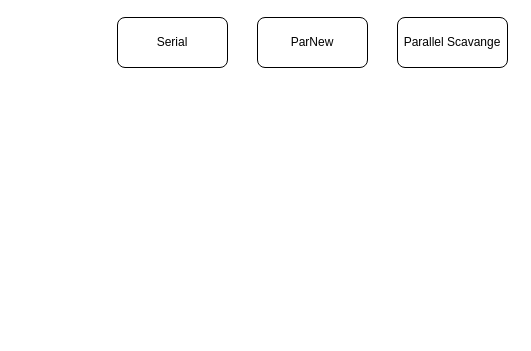
Above: Untitled Diagram.drawio in DrYaoHongBin/git-test (draw.io), before the change. Source tidied: cells renumbered, new cells numbered last; positions are measured from the earlier drawing's top-left corner, leaving out a move shared by most shapes. Both pictures are drawn from the tidied source at 100%, with x=0, y=0 at pixel (117, 17).
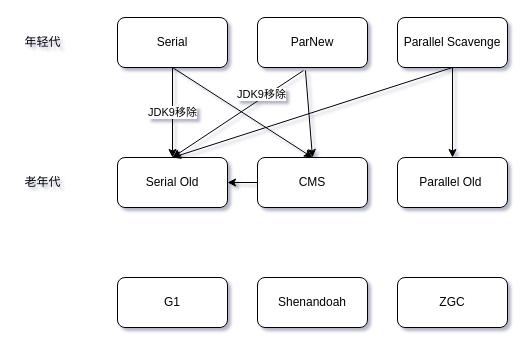
After the change.

The change refers to these unchanged cells:
```xml
<mxCell id="2" value="Serial" style="rounded=1;whiteSpace=wrap;html=1;" parent="1" vertex="1">
  <mxGeometry width="110" height="50" as="geometry" />
</mxCell>
<mxCell id="3" value="ParNew" style="rounded=1;whiteSpace=wrap;html=1;" parent="1" vertex="1">
  <mxGeometry x="140" width="110" height="50" as="geometry" />
</mxCell>
```

Diff of the diagram source:
```diff
@@
-<mxGraphModel>
+<mxGraphModel shadow="1">
@@
+    <mxCell id="5" value="JDK9移除" style="edgeStyle=orthogonalEdgeStyle;rounded=1;jettySize=auto;html=1;exitX=0.5;exitY=1;exitDx=0;exitDy=0;" parent="1" edge="1" source="2" target="7">
+      <mxGeometry relative="1" as="geometry" />
+    </mxCell>
@@
-    <mxCell id="4" value="Parallel Scavange" style="rounded=1;whiteSpace=wrap;html=1;" parent="1" vertex="1">
+    <mxCell id="4" value="Parallel Scavenge" style="rounded=1;whiteSpace=wrap;html=1;" parent="1" vertex="1">
       <mxGeometry x="280" width="110" height="50" as="geometry" />
     </mxCell>
+    <mxCell id="6" value="Parallel Old&amp;nbsp;" style="rounded=1;whiteSpace=wrap;html=1;" parent="1" vertex="1">
+      <mxGeometry x="280" y="140" width="110" height="50" as="geometry" />
+    </mxCell>
+    <mxCell id="7" value="Serial Old" style="rounded=1;whiteSpace=wrap;html=1;" parent="1" vertex="1">
+      <mxGeometry y="140" width="110" height="50" as="geometry" />
+    </mxCell>
+    <mxCell id="8" value="CMS" style="rounded=1;whiteSpace=wrap;html=1;" parent="1" vertex="1">
+      <mxGeometry x="140" y="140" width="110" height="50" as="geometry" />
+    </mxCell>
+    <mxCell id="9" value="年轻代" style="text;html=1;align=center;verticalAlign=middle;strokeColor=none;fillColor=none;" parent="1" vertex="1">
+      <mxGeometry x="-100" y="15" width="50" height="20" as="geometry" />
+    </mxCell>
+    <mxCell id="10" value="老年代" style="text;html=1;align=center;verticalAlign=middle;strokeColor=none;fillColor=none;" parent="1" vertex="1">
+      <mxGeometry x="-100" y="155" width="50" height="20" as="geometry" />
+    </mxCell>
+    <mxCell id="11" value="G1" style="rounded=1;whiteSpace=wrap;html=1;" parent="1" vertex="1">
+      <mxGeometry y="260" width="110" height="50" as="geometry" />
+    </mxCell>
+    <mxCell id="12" value="Shenandoah" style="rounded=1;whiteSpace=wrap;html=1;" parent="1" vertex="1">
+      <mxGeometry x="140" y="260" width="110" height="50" as="geometry" />
+    </mxCell>
+    <mxCell id="13" value="ZGC" style="rounded=1;whiteSpace=wrap;html=1;" parent="1" vertex="1">
+      <mxGeometry x="280" y="260" width="110" height="50" as="geometry" />
+    </mxCell>
+    <mxCell id="14" style="endArrow=classic;html=1;rounded=1;exitX=0.5;exitY=1;exitDx=0;exitDy=0;entryX=0.5;entryY=0;entryDx=0;entryDy=0;" parent="1" edge="1" source="2" target="8">
+      <mxGeometry relative="1" as="geometry" />
+    </mxCell>
+    <mxCell id="15" style="endArrow=classic;html=1;rounded=1;exitX=0.436;exitY=1.06;exitDx=0;exitDy=0;exitPerimeter=0;entryX=0.5;entryY=0;entryDx=0;entryDy=0;" parent="1" edge="1" source="3" target="8">
+      <mxGeometry relative="1" as="geometry" />
+    </mxCell>
+    <mxCell id="16" style="endArrow=classic;html=1;rounded=1;exitX=0.418;exitY=1.06;exitDx=0;exitDy=0;exitPerimeter=0;entryX=0.5;entryY=0;entryDx=0;entryDy=0;" parent="1" edge="1" source="3" target="7">
+      <mxGeometry relative="1" as="geometry" />
+    </mxCell>
+    <mxCell id="17" value="JDK9移除" style="edgeLabel;html=1;align=center;verticalAlign=middle;" parent="16" vertex="1">
+      <mxGeometry x="-0.39" y="-4" relative="1" as="geometry" />
+    </mxCell>
+    <mxCell id="18" style="endArrow=classic;html=1;rounded=1;entryX=1;entryY=0.5;entryDx=0;entryDy=0;exitX=0;exitY=0.5;exitDx=0;exitDy=0;" parent="1" edge="1" source="8" target="7">
+      <mxGeometry relative="1" as="geometry" />
+    </mxCell>
+    <mxCell id="19" style="endArrow=classic;html=1;rounded=1;exitX=0.5;exitY=1;exitDx=0;exitDy=0;entryX=0.5;entryY=0;entryDx=0;entryDy=0;" parent="1" edge="1" source="4" target="7">
+      <mxGeometry relative="1" as="geometry" />
+    </mxCell>
+    <mxCell id="20" style="endArrow=classic;html=1;rounded=1;exitX=0.5;exitY=1;exitDx=0;exitDy=0;entryX=0.5;entryY=0;entryDx=0;entryDy=0;" parent="1" edge="1" source="4" target="6">
+      <mxGeometry relative="1" as="geometry" />
+    </mxCell>
```
